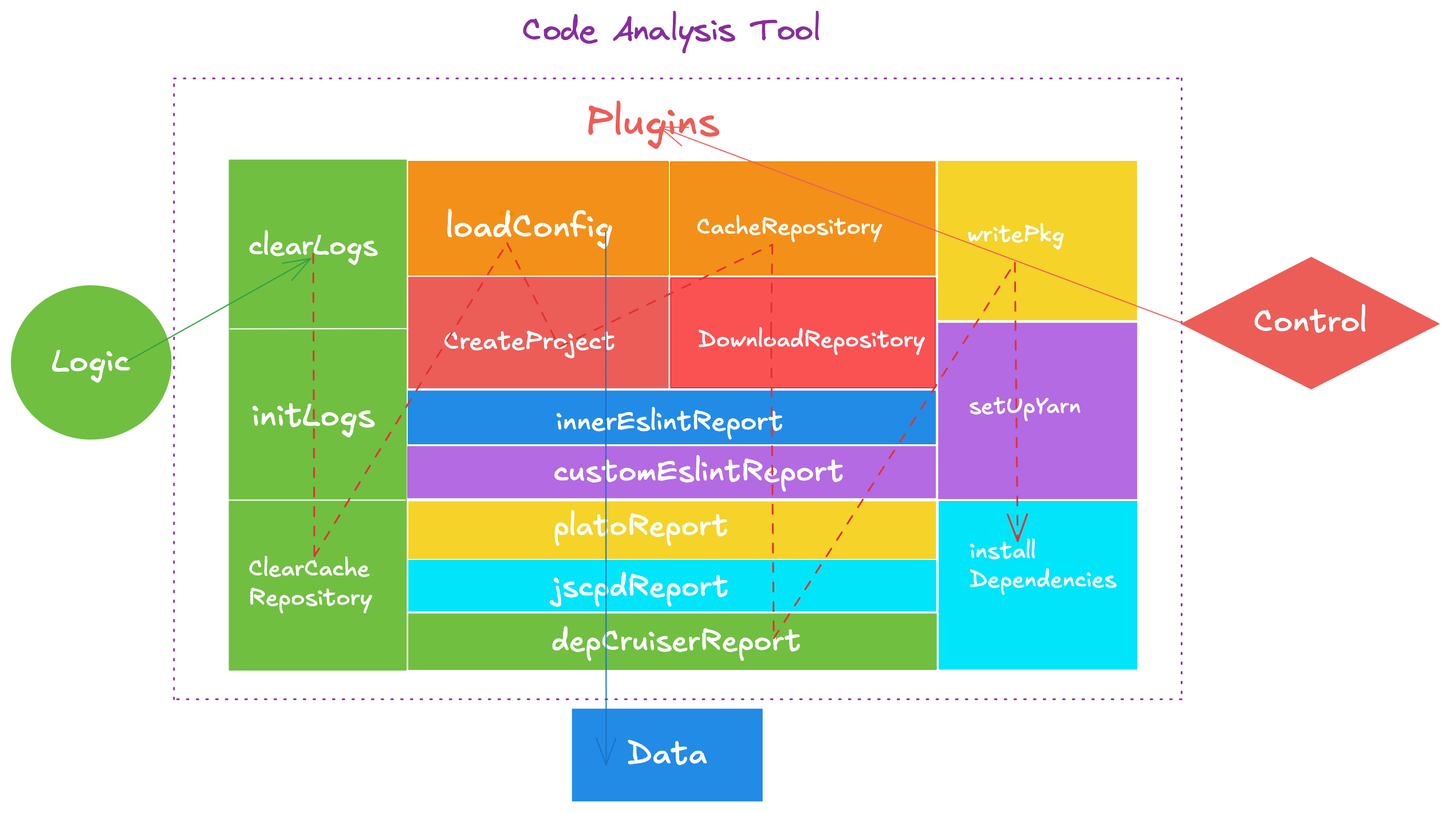
yanyunchangfeng/yycf-cli keeps this Excalidraw diagram as src/assets/images/code-ana.png. Above is the earlier version. Source tidied: one line per element, renumbered; positions are measured from the earlier drawing's top-left corner, leaving out a move shared by most shapes.
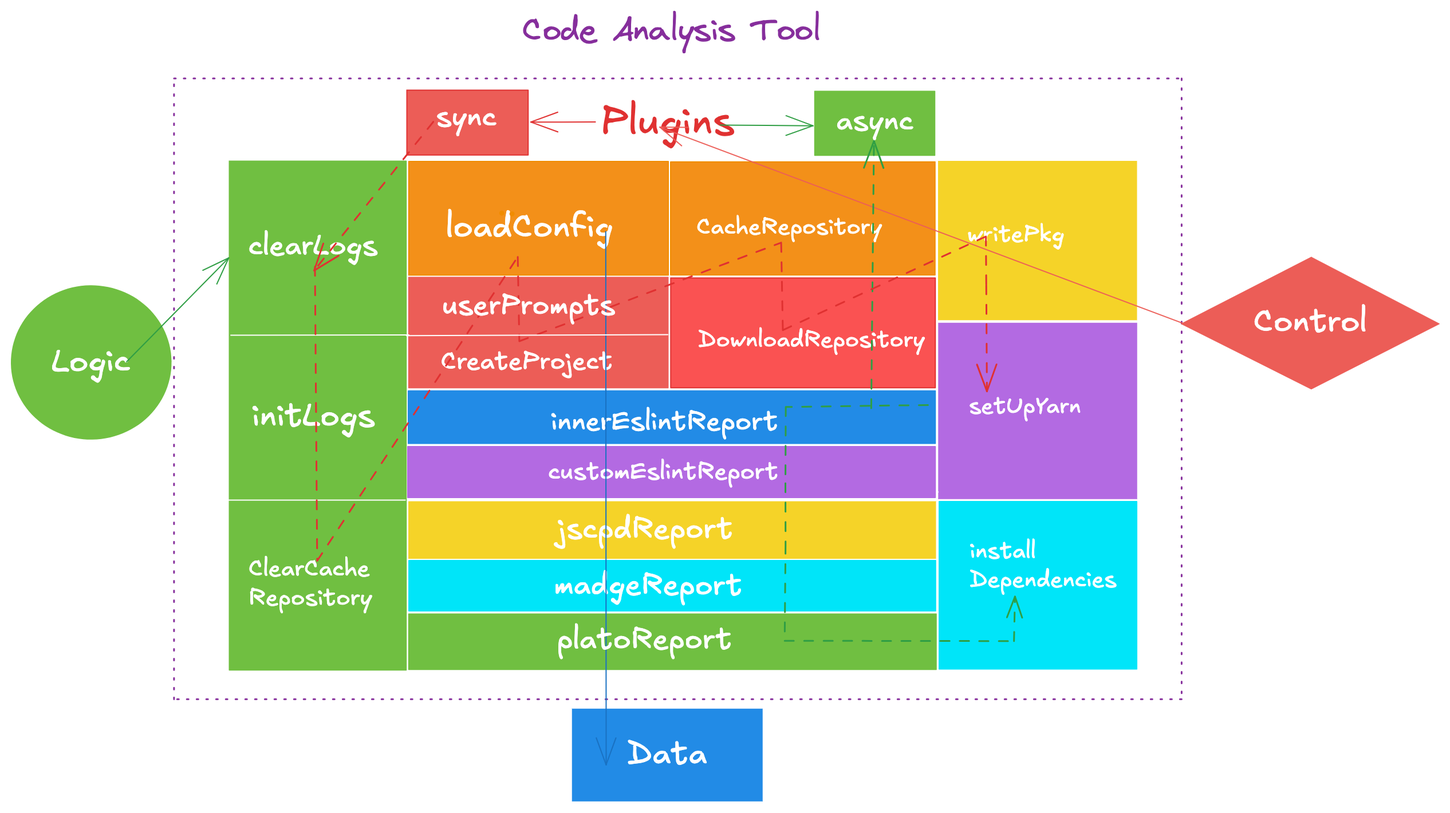
Later version of the same file.

The edit, as a diff of the source:
```diff
@@ -1,14 +1,14 @@
 {"id": 0, "type": "rectangle", "strokeColor": "#ec5d57", "backgroundColor": "#ec5d57", "fillStyle": "solid", "strokeWidth": 1, "roughness": 0, "x": 347, "y": 232, "width": 226, "height": 96}
 {"id": 1, "type": "rectangle", "strokeColor": "#ffffff", "backgroundColor": "#f5d328", "fillStyle": "solid", "strokeWidth": 1, "roughness": 0, "x": 346, "y": 427, "width": 462, "height": 51}
 {"id": 2, "type": "rectangle", "strokeColor": "#f08c00", "backgroundColor": "#f39019", "fillStyle": "solid", "strokeWidth": 1, "roughness": 0, "x": 347, "y": 131, "width": 227, "height": 99}
-{"id": 3, "type": "rectangle", "strokeColor": "#228be6", "backgroundColor": "#228be6", "fillStyle": "solid", "strokeWidth": 1, "roughness": 0, "x": 346, "y": 332, "width": 460, "height": 46}
+{"id": 3, "type": "rectangle", "strokeColor": "#228be6", "backgroundColor": "#228be6", "fillStyle": "solid", "strokeWidth": 1, "roughness": 0, "x": 346, "y": 331, "width": 460, "height": 46}
 {"id": 4, "type": "rectangle", "strokeColor": "#862e9c", "strokeWidth": 1, "strokeStyle": "dotted", "roughness": 0, "x": 142, "y": 58, "width": 880, "height": 542}
 {"id": 5, "type": "text", "text": "Code Analysis Tool ", "strokeColor": "#862e9c", "strokeWidth": 1, "strokeStyle": "dotted", "roughness": 0, "fontSize": 28, "fontFamily": 1, "x": 446, "y": 0, "width": 275, "height": 35}
-{"id": 6, "type": "text", "text": "CreateProject", "strokeColor": "#ffffff", "backgroundColor": "#fa5252", "fillStyle": "solid", "strokeWidth": 1, "strokeStyle": "dotted", "roughness": 0, "fontSize": 22.03, "fontFamily": 5, "x": 377, "y": 275, "width": 142, "height": 28}
+{"id": 6, "type": "text", "text": "CreateProject", "strokeColor": "#ffffff", "backgroundColor": "#fa5252", "fillStyle": "solid", "strokeWidth": 1, "strokeStyle": "dotted", "roughness": 0, "fontSize": 22.03, "fontFamily": 5, "x": 375, "y": 293, "width": 142, "height": 28}
 {"id": 7, "type": "rectangle", "strokeColor": "#e03131", "backgroundColor": "#fa5252", "fillStyle": "solid", "strokeWidth": 1, "roughness": 0, "x": 576, "y": 233, "width": 231, "height": 96}
 {"id": 8, "type": "text", "text": "DownloadRepository", "strokeColor": "#ffffff", "backgroundColor": "#fa5252", "fillStyle": "solid", "strokeWidth": 1, "strokeStyle": "dotted", "roughness": 0, "fontSize": 20, "fontFamily": 5, "x": 600, "y": 275, "width": 192, "height": 25}
-{"id": 9, "type": "text", "text": "innerEslintReport", "strokeColor": "#ffffff", "backgroundColor": "#228be6", "fillStyle": "solid", "strokeWidth": 1, "strokeStyle": "dotted", "roughness": 0, "fontSize": 23.5, "fontFamily": 5, "x": 476, "y": 344, "width": 188, "height": 29}
+{"id": 9, "type": "text", "text": "innerEslintReport", "strokeColor": "#ffffff", "backgroundColor": "#228be6", "fillStyle": "solid", "strokeWidth": 1, "strokeStyle": "dotted", "roughness": 0, "fontSize": 23.5, "fontFamily": 5, "x": 471, "y": 344, "width": 199, "height": 29}
-{"id": 10, "type": "rectangle", "strokeColor": "#70bf41", "backgroundColor": "#70bf41", "fillStyle": "solid", "strokeWidth": 1, "roughness": 0, "x": 190, "y": 130, "width": 154, "height": 445}
+{"id": 10, "type": "rectangle", "strokeColor": "#70bf41", "backgroundColor": "#70bf41", "fillStyle": "solid", "strokeWidth": 1, "roughness": 0, "x": 190, "y": 131, "width": 154, "height": 444}
 {"id": 11, "type": "text", "text": "loadConfig", "strokeColor": "#ffffff", "backgroundColor": "#40c057", "fillStyle": "solid", "strokeWidth": 1, "strokeStyle": "dotted", "roughness": 0, "fontSize": 28.87, "fontFamily": 5, "x": 379, "y": 171, "width": 150, "height": 36}
 {"id": 12, "type": "rectangle", "strokeColor": "#f08c00", "backgroundColor": "#f39019", "fillStyle": "solid", "strokeWidth": 1, "roughness": 0, "x": 576, "y": 131, "width": 231, "height": 99}
 {"id": 13, "type": "freedraw", "strokeColor": "#f08c00", "backgroundColor": "#fd7e14", "fillStyle": "solid", "strokeWidth": 1, "strokeStyle": "dotted", "roughness": 0, "x": 437, "y": 177, "width": 0, "height": 0, "points": [[0, 0], [0, 0]]}
@@ -22,16 +22,15 @@
 {"id": 21, "type": "rectangle", "strokeColor": "#ffffff", "backgroundColor": "#f5d328", "fillStyle": "solid", "strokeWidth": 1, "roughness": 0, "x": 809, "y": 130, "width": 175, "height": 140}
 {"id": 22, "type": "text", "text": "writePkg", "strokeColor": "#ffffff", "backgroundColor": "#f5d328", "fillStyle": "solid", "strokeWidth": 1, "strokeStyle": "dotted", "roughness": 0, "fontSize": 20, "fontFamily": 5, "x": 834, "y": 183, "width": 81, "height": 25}
 {"id": 23, "type": "text", "text": "install \nDependencies", "strokeColor": "#ffffff", "backgroundColor": "#00e5f9", "fillStyle": "solid", "strokeWidth": 1, "roughness": 0, "fontSize": 20, "fontFamily": 5, "x": 837, "y": 459, "width": 136, "height": 50}
-{"id": 24, "type": "text", "text": "Plugins", "strokeColor": "#ec5d57", "backgroundColor": "#00e5f9", "fillStyle": "solid", "strokeWidth": 1, "roughness": 0, "fontSize": 35.04, "fontFamily": 5, "x": 501, "y": 76, "width": 148, "height": 44}
+{"id": 24, "type": "text", "text": "Plugins", "strokeColor": "#e03131", "backgroundColor": "#00e5f9", "fillStyle": "solid", "strokeWidth": 1, "roughness": 0, "fontSize": 35.04, "fontFamily": 5, "x": 514, "y": 76, "width": 148, "height": 44}
 {"id": 25, "type": "line", "strokeColor": "#ffffff", "backgroundColor": "#ffffff", "fillStyle": "solid", "strokeWidth": 1, "roughness": 0, "x": 347, "y": 421, "width": 462, "height": 1, "points": [[0, 0], [462, -1]]}
 {"id": 26, "type": "text", "text": "clearLogs", "strokeColor": "#ffffff", "angle": 0.0, "backgroundColor": "#ffffff", "fillStyle": "solid", "strokeWidth": 1, "roughness": 0, "fontSize": 25.16, "fontFamily": 5, "x": 207, "y": 190, "width": 125, "height": 31}
-{"id": 27, "type": "text", "text": "platoReport", "strokeColor": "#ffffff", "angle": 0.0, "backgroundColor": "#f5d328", "fillStyle": "solid", "strokeWidth": 1, "roughness": 0, "fontSize": 25.96, "fontFamily": 5, "x": 473, "y": 434, "width": 142, "height": 32}
 {"id": 28, "type": "rectangle", "strokeColor": "#00e5f9", "backgroundColor": "#00e5f9", "fillStyle": "solid", "strokeWidth": 1, "roughness": 0, "x": 347, "y": 479, "width": 460, "height": 44}
-{"id": 29, "type": "text", "text": "jscpdReport", "strokeColor": "#ffffff", "angle": 0.0, "backgroundColor": "#f5d328", "fillStyle": "solid", "strokeWidth": 1, "roughness": 0, "fontSize": 26.05, "fontFamily": 5, "x": 472, "y": 487, "width": 146, "height": 33}
+{"id": 29, "type": "text", "text": "jscpdReport", "strokeColor": "#ffffff", "angle": 0.0, "backgroundColor": "#f5d328", "fillStyle": "solid", "strokeWidth": 1, "roughness": 0, "fontSize": 26.05, "fontFamily": 5, "x": 476, "y": 437, "width": 168, "height": 33}
 {"id": 30, "type": "rectangle", "strokeColor": "#b36ae2", "backgroundColor": "#b36ae2", "fillStyle": "solid", "strokeWidth": 1, "roughness": 0, "x": 346, "y": 380, "width": 461, "height": 45}
-{"id": 31, "type": "text", "text": "customEslintReport", "strokeColor": "#ffffff", "backgroundColor": "#228be6", "fillStyle": "solid", "strokeWidth": 1, "strokeStyle": "dotted", "roughness": 0, "fontSize": 26.42, "fontFamily": 5, "x": 473, "y": 386, "width": 240, "height": 33}
+{"id": 31, "type": "text", "text": "customEslintReport", "strokeColor": "#ffffff", "backgroundColor": "#228be6", "fillStyle": "solid", "strokeWidth": 1, "strokeStyle": "dotted", "roughness": 0, "fontSize": 20.92, "fontFamily": 5, "x": 469, "y": 390, "width": 222, "height": 26}
 {"id": 32, "type": "rectangle", "strokeColor": "#70bf41", "backgroundColor": "#70bf41", "fillStyle": "solid", "strokeWidth": 1, "roughness": 0, "x": 347, "y": 526, "width": 460, "height": 48}
-{"id": 33, "type": "text", "text": "depCruiserReport", "strokeColor": "#ffffff", "angle": 0.0, "backgroundColor": "#f5d328", "fillStyle": "solid", "strokeWidth": 1, "roughness": 0, "fontSize": 25.96, "fontFamily": 5, "x": 471, "y": 534, "width": 213, "height": 32}
+{"id": 33, "type": "text", "text": "madgeReport", "strokeColor": "#ffffff", "angle": 0.0, "backgroundColor": "#f5d328", "fillStyle": "solid", "strokeWidth": 1, "roughness": 0, "fontSize": 25.96, "fontFamily": 5, "x": 474, "y": 486, "width": 165, "height": 32}
 {"id": 34, "type": "ellipse", "strokeColor": "#70bf41", "angle": 6.27, "backgroundColor": "#70bf41", "fillStyle": "solid", "strokeWidth": 1, "roughness": 0, "x": 0, "y": 240, "width": 139, "height": 134}
 {"id": 35, "type": "text", "text": "Logic", "strokeColor": "#ffffff", "angle": 6.27, "backgroundColor": "#70bf41", "fillStyle": "solid", "strokeWidth": 1, "roughness": 0, "fontSize": 28, "fontFamily": 5, "textAlign": "center", "verticalAlign": "middle", "inside": 34, "x": 35, "y": 289, "width": 68, "height": 35}
 {"id": 36, "type": "diamond", "strokeColor": "#ec5d57", "backgroundColor": "#ec5d57", "fillStyle": "solid", "strokeWidth": 1, "roughness": 0, "x": 1022, "y": 215, "width": 224, "height": 115}
@@ -40,8 +39,20 @@
 {"id": 39, "type": "text", "text": "Data", "strokeColor": "#ffffff", "strokeWidth": 1, "strokeStyle": "dashed", "roughness": 0, "fontSize": 28, "fontFamily": 5, "textAlign": "center", "verticalAlign": "middle", "inside": 38, "x": 538, "y": 632, "width": 70, "height": 35}
 {"id": 40, "type": "arrow", "strokeColor": "#ec5d57", "strokeWidth": 1, "roughness": 0, "endArrowhead": "arrow", "round": true, "from": 36, "x": 1022, "y": 272, "width": 456, "height": 171, "points": [[0, 0], [-456, -171]]}
 {"id": 41, "type": "arrow", "strokeColor": "#1971c2", "strokeWidth": 1, "roughness": 0, "endArrowhead": "arrow", "from": 11, "x": 519, "y": 192, "width": 0, "height": 466, "points": [[0, 0], [0, 466]]}
-{"id": 42, "type": "arrow", "strokeColor": "#2f9e44", "strokeWidth": 1, "roughness": 0, "endArrowhead": "arrow", "to": 26, "x": 101, "y": 306, "width": 161, "height": 90, "points": [[0, 0], [161, -90]]}
+{"id": 42, "type": "arrow", "strokeColor": "#2f9e44", "strokeWidth": 1, "roughness": 0, "endArrowhead": "arrow", "to": 10, "x": 101, "y": 306, "width": 89, "height": 91, "points": [[0, 0], [89, -91]]}
 {"id": 43, "type": "line", "strokeColor": "#ffffff", "strokeWidth": 1, "roughness": 0, "x": 188, "y": 427, "width": 156, "height": 0, "points": [[0, 0], [156, 0]]}
 {"id": 44, "type": "text", "text": "initLogs", "strokeColor": "#ffffff", "strokeWidth": 1, "roughness": 0, "fontSize": 28.22, "fontFamily": 5, "x": 210, "y": 337, "width": 108, "height": 35}
-{"id": 45, "type": "line", "strokeColor": "#ffffff", "strokeWidth": 1, "roughness": 0, "x": 346, "y": 277, "width": 155, "height": 0, "points": [[0, 0], [-155, 0]]}
+{"id": 45, "type": "line", "strokeColor": "#ffffff", "strokeWidth": 1, "roughness": 0, "x": 347, "y": 282, "width": 155, "height": 0, "points": [[0, 0], [-155, 0]]}
-{"id": 46, "type": "arrow", "strokeColor": "#e03131", "strokeWidth": 1, "strokeStyle": "dashed", "roughness": 0, "endArrowhead": "arrow", "from": 26, "to": 23, "x": 263, "y": 212, "width": 615, "height": 345, "points": [[0, 0], [1, 264], [169, -9], [215, 81], [401, -8], [400, 66], [402, 336], [613, 8], [615, 251]]}
+{"id": 27, "type": "text", "text": "platoReport", "strokeColor": "#ffffff", "angle": 0.0, "backgroundColor": "#f5d328", "fillStyle": "solid", "strokeWidth": 1, "roughness": 0, "fontSize": 25.96, "fontFamily": 5, "x": 476, "y": 533, "width": 142, "height": 32}
+{"id": 47, "type": "arrow", "strokeColor": "#2f9e44", "strokeWidth": 1, "roughness": 0, "endArrowhead": "arrow", "round": true, "to": 48, "x": 619, "y": 99, "width": 81, "height": 1, "points": [[0, 0], [81, 1]]}
+{"id": 48, "type": "rectangle", "strokeColor": "#70bf41", "backgroundColor": "#70bf41", "fillStyle": "solid", "strokeWidth": 1, "roughness": 0, "x": 701, "y": 70, "width": 105, "height": 56}
+{"id": 49, "type": "rectangle", "strokeColor": "#e03131", "backgroundColor": "#ec5d57", "fillStyle": "solid", "strokeWidth": 1, "roughness": 0, "x": 345, "y": 69, "width": 106, "height": 57}
+{"id": 50, "type": "text", "text": "sync", "strokeColor": "#ffffff", "angle": 0.0, "backgroundColor": "#ffffff", "fillStyle": "solid", "strokeWidth": 1, "roughness": 0, "fontSize": 25.16, "fontFamily": 5, "x": 371, "y": 77, "width": 58, "height": 31}
+{"id": 51, "type": "text", "text": "async", "strokeColor": "#ffffff", "angle": 0.0, "backgroundColor": "#ffffff", "fillStyle": "solid", "strokeWidth": 1, "roughness": 0, "fontSize": 25.16, "fontFamily": 5, "x": 720, "y": 81, "width": 69, "height": 31}
+{"id": 52, "type": "arrow", "strokeColor": "#e03131", "backgroundColor": "#ec5d57", "fillStyle": "solid", "strokeWidth": 1, "roughness": 0, "endArrowhead": "arrow", "round": true, "from": 24, "to": 49, "x": 510, "y": 97, "width": 56, "height": 0, "points": [[0, 0], [-56, 0]]}
+{"id": 53, "type": "arrow", "strokeColor": "#2f9e44", "strokeWidth": 1, "strokeStyle": "dashed", "roughness": 0, "endArrowhead": "arrow", "round": true, "from": 7, "to": 51, "x": 751, "y": 346, "width": 2, "height": 233, "points": [[0, 0], [2, -233]]}
+{"id": 54, "type": "arrow", "strokeColor": "#e03131", "strokeWidth": 1, "strokeStyle": "dashed", "roughness": 0, "endArrowhead": "arrow", "from": 26, "to": 20, "x": 265, "y": 223, "width": 587, "height": 283, "points": [[0, 0], [2, 257], [177, -9], [178, 65], [407, -21], [409, 55], [586, -26], [586, 16], [587, 109]]}
+{"id": 55, "type": "arrow", "strokeColor": "#e03131", "strokeWidth": 1, "strokeStyle": "dashed", "roughness": 0, "endArrowhead": "arrow", "from": 50, "to": 26, "x": 368, "y": 96, "width": 104, "height": 130, "points": [[0, 0], [-104, 130]]}
+{"id": 56, "type": "arrow", "strokeColor": "#2f9e44", "strokeWidth": 1, "strokeStyle": "dashed", "roughness": 0, "endArrowhead": "arrow", "from": 19, "to": 23, "x": 801, "y": 344, "width": 201, "height": 206, "points": [[-1, 0], [-125, 2], [-125, 68], [-125, 122], [-126, 206], [74, 206], [75, 167]]}
+{"id": 57, "type": "line", "strokeColor": "#ffffff", "strokeWidth": 1, "roughness": 0, "x": 345, "y": 283, "width": 228, "height": 1, "points": [[0, 0], [228, -1]]}
+{"id": 58, "type": "text", "text": "userPrompts", "strokeColor": "#ffffff", "backgroundColor": "#fa5252", "fillStyle": "solid", "strokeWidth": 1, "strokeStyle": "dotted", "roughness": 0, "fontSize": 25.01, "fontFamily": 5, "x": 376, "y": 242, "width": 170, "height": 31}
```
